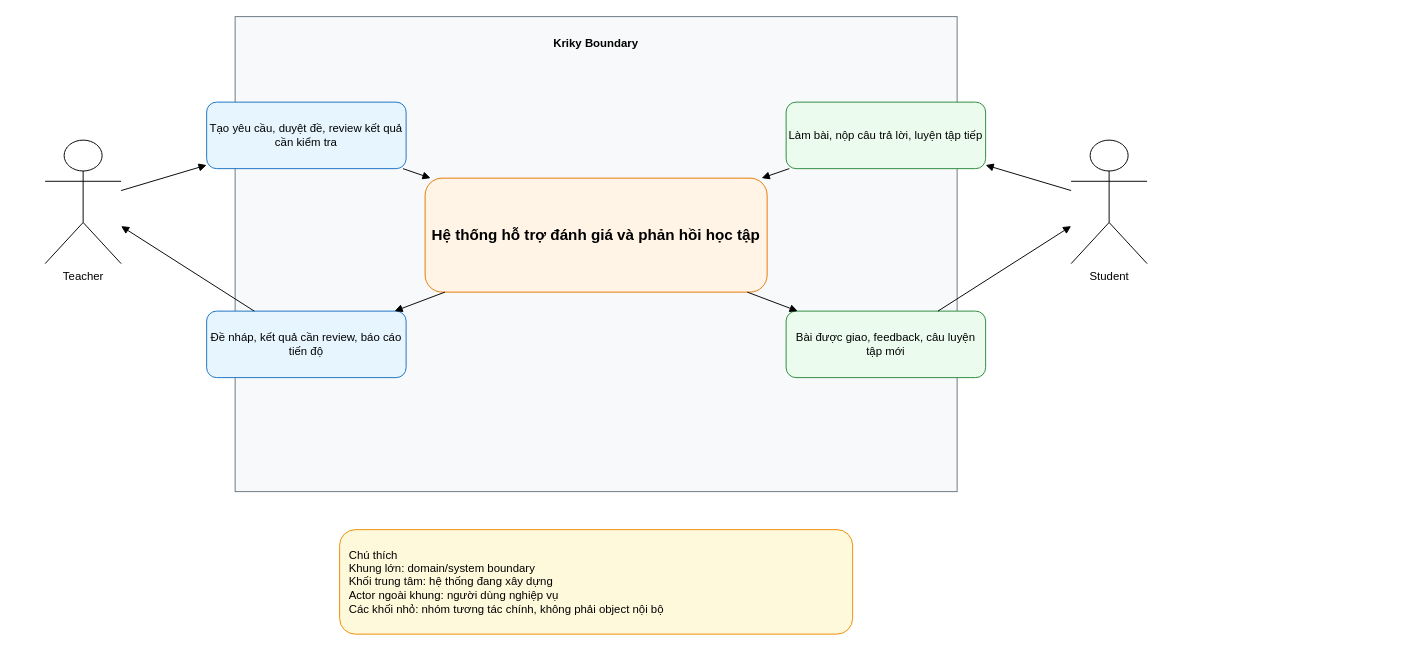
biabeogo147/AI-Assessment-and-Feedback-Assistant keeps this draw.io diagram as docs/diagrams/domain-context.drawio. Above is the earlier version. Source tidied: cells renumbered, new cells numbered last; positions are measured from the earlier drawing's top-left corner, leaving out a move shared by most shapes. Both pictures are drawn from the tidied source at 95%, with x=0, y=0 at pixel (45, 16).
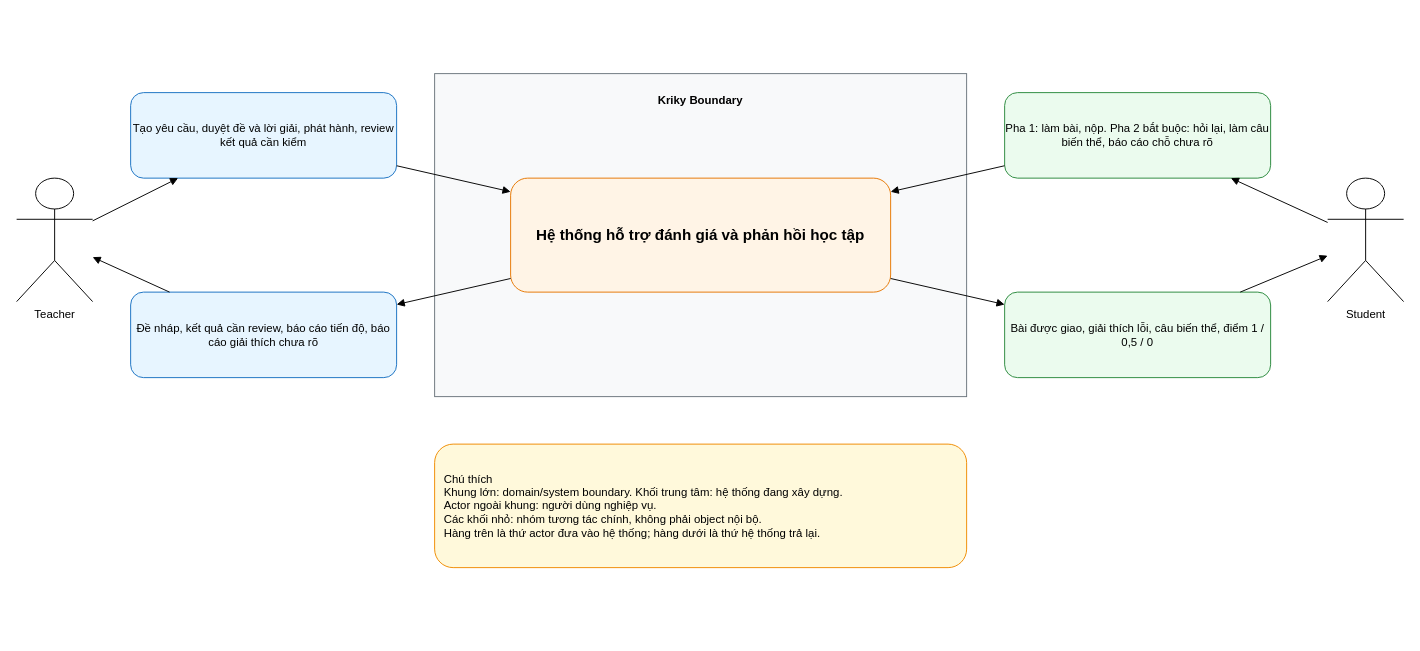
After the change.

Change to the diagram source:
```diff
@@
 <mxGraphModel>
   <root>
     <mxCell id="0" />
     <mxCell id="1" parent="0" />
     <mxCell id="2" value="Kriky Boundary" style="rounded=0;whiteSpace=wrap;html=1;fillColor=#f8f9fa;strokeColor=#6c757d;fontStyle=1;verticalAlign=top;spacingTop=14;" parent="1" vertex="1">
-      <mxGeometry x="200" width="760" height="500" as="geometry" />
+      <mxGeometry x="410" y="60" width="560" height="340" as="geometry" />
     </mxCell>
     <mxCell id="3" value="Hệ thống hỗ trợ đánh giá và phản hồi học tập" style="rounded=1;whiteSpace=wrap;html=1;fillColor=#fff4e6;strokeColor=#e67700;fontStyle=1;fontSize=16;" parent="1" vertex="1">
-      <mxGeometry x="400" y="170" width="360" height="120" as="geometry" />
+      <mxGeometry x="490" y="170" width="400" height="120" as="geometry" />
     </mxCell>
     <mxCell id="4" value="Teacher" style="shape=umlActor;verticalLabelPosition=bottom;verticalAlign=top;html=1;outlineConnect=0;" parent="1" vertex="1">
-      <mxGeometry y="130" width="80" height="130" as="geometry" />
+      <mxGeometry x="-30" y="170" width="80" height="130" as="geometry" />
     </mxCell>
     <mxCell id="5" value="Student" style="shape=umlActor;verticalLabelPosition=bottom;verticalAlign=top;html=1;outlineConnect=0;" parent="1" vertex="1">
-      <mxGeometry x="1080" y="130" width="80" height="130" as="geometry" />
+      <mxGeometry x="1350" y="170" width="80" height="130" as="geometry" />
     </mxCell>
-    <mxCell id="6" value="Tạo yêu cầu, duyệt đề, review kết quả cần kiểm tra" style="rounded=1;whiteSpace=wrap;html=1;fillColor=#e7f5ff;strokeColor=#1971c2;" parent="1" vertex="1">
-      <mxGeometry x="170" y="90" width="210" height="70" as="geometry" />
+    <mxCell id="6" value="Tạo yêu cầu, duyệt đề và lời giải, phát hành, review kết quả cần kiểm" style="rounded=1;whiteSpace=wrap;html=1;fillColor=#e7f5ff;strokeColor=#1971c2;" parent="1" vertex="1">
+      <mxGeometry x="90" y="80" width="280" height="90" as="geometry" />
     </mxCell>
-    <mxCell id="7" value="Đề nháp, kết quả cần review, báo cáo tiến độ" style="rounded=1;whiteSpace=wrap;html=1;fillColor=#e7f5ff;strokeColor=#1971c2;" parent="1" vertex="1">
-      <mxGeometry x="170" y="310" width="210" height="70" as="geometry" />
+    <mxCell id="7" value="Đề nháp, kết quả cần review, báo cáo tiến độ, báo cáo giải thích chưa rõ" style="rounded=1;whiteSpace=wrap;html=1;fillColor=#e7f5ff;strokeColor=#1971c2;" parent="1" vertex="1">
+      <mxGeometry x="90" y="290" width="280" height="90" as="geometry" />
     </mxCell>
-    <mxCell id="8" value="Làm bài, nộp câu trả lời, luyện tập tiếp" style="rounded=1;whiteSpace=wrap;html=1;fillColor=#ebfbee;strokeColor=#2b8a3e;" parent="1" vertex="1">
-      <mxGeometry x="780" y="90" width="210" height="70" as="geometry" />
+    <mxCell id="8" value="Pha 1: làm bài, nộp. Pha 2 bắt buộc: hỏi lại, làm câu biến thể, báo cáo chỗ chưa rõ" style="rounded=1;whiteSpace=wrap;html=1;fillColor=#ebfbee;strokeColor=#2b8a3e;" parent="1" vertex="1">
+      <mxGeometry x="1010" y="80" width="280" height="90" as="geometry" />
     </mxCell>
-    <mxCell id="9" value="Bài được giao, feedback, câu luyện tập mới" style="rounded=1;whiteSpace=wrap;html=1;fillColor=#ebfbee;strokeColor=#2b8a3e;" parent="1" vertex="1">
-      <mxGeometry x="780" y="310" width="210" height="70" as="geometry" />
+    <mxCell id="9" value="Bài được giao, giải thích lỗi, câu biến thể, điểm 1 / 0,5 / 0" style="rounded=1;whiteSpace=wrap;html=1;fillColor=#ebfbee;strokeColor=#2b8a3e;" parent="1" vertex="1">
+      <mxGeometry x="1010" y="290" width="280" height="90" as="geometry" />
     </mxCell>
-    <mxCell id="10" value="Chú thích&#10;Khung lớn: domain/system boundary&#10;Khối trung tâm: hệ thống đang xây dựng&#10;Actor ngoài khung: người dùng nghiệp vụ&#10;Các khối nhỏ: nhóm tương tác chính, không phải object nội bộ" style="rounded=1;whiteSpace=wrap;html=1;fillColor=#fff9db;strokeColor=#f08c00;align=left;spacing=10;" parent="1" vertex="1">
-      <mxGeometry x="310" y="540" width="540" height="110" as="geometry" />
+    <mxCell id="10" value="Chú thích&#10;Khung lớn: domain/system boundary. Khối trung tâm: hệ thống đang xây dựng.&#10;Actor ngoài khung: người dùng nghiệp vụ.&#10;Các khối nhỏ: nhóm tương tác chính, không phải object nội bộ.&#10;Hàng trên là thứ actor đưa vào hệ thống; hàng dưới là thứ hệ thống trả lại." style="rounded=1;whiteSpace=wrap;html=1;fillColor=#fff9db;strokeColor=#f08c00;align=left;spacing=10;" parent="1" vertex="1">
+      <mxGeometry x="410" y="450" width="560" height="130" as="geometry" />
     </mxCell>
     <mxCell id="11" style="endArrow=block;html=1;rounded=0;" parent="1" edge="1" source="4" target="6">
       <mxGeometry relative="1" as="geometry" />
     </mxCell>
     <mxCell id="12" style="endArrow=block;html=1;rounded=0;" parent="1" edge="1" source="6" target="3">
       <mxGeometry relative="1" as="geometry" />
     </mxCell>
     <mxCell id="13" style="endArrow=block;html=1;rounded=0;" parent="1" edge="1" source="3" target="7">
       <mxGeometry relative="1" as="geometry" />
     </mxCell>
     <mxCell id="14" style="endArrow=block;html=1;rounded=0;" parent="1" edge="1" source="7" target="4">
       <mxGeometry relative="1" as="geometry" />
     </mxCell>
     <mxCell id="15" style="endArrow=block;html=1;rounded=0;" parent="1" edge="1" source="5" target="8">
       <mxGeometry relative="1" as="geometry" />
     </mxCell>
     <mxCell id="16" style="endArrow=block;html=1;rounded=0;" parent="1" edge="1" source="8" target="3">
       <mxGeometry relative="1" as="geometry" />
     </mxCell>
     <mxCell id="17" style="endArrow=block;html=1;rounded=0;" parent="1" edge="1" source="3" target="9">
       <mxGeometry relative="1" as="geometry" />
     </mxCell>
     <mxCell id="18" style="endArrow=block;html=1;rounded=0;" parent="1" edge="1" source="9" target="5">
       <mxGeometry relative="1" as="geometry" />
     </mxCell>
   </root>
 </mxGraphModel>
```
